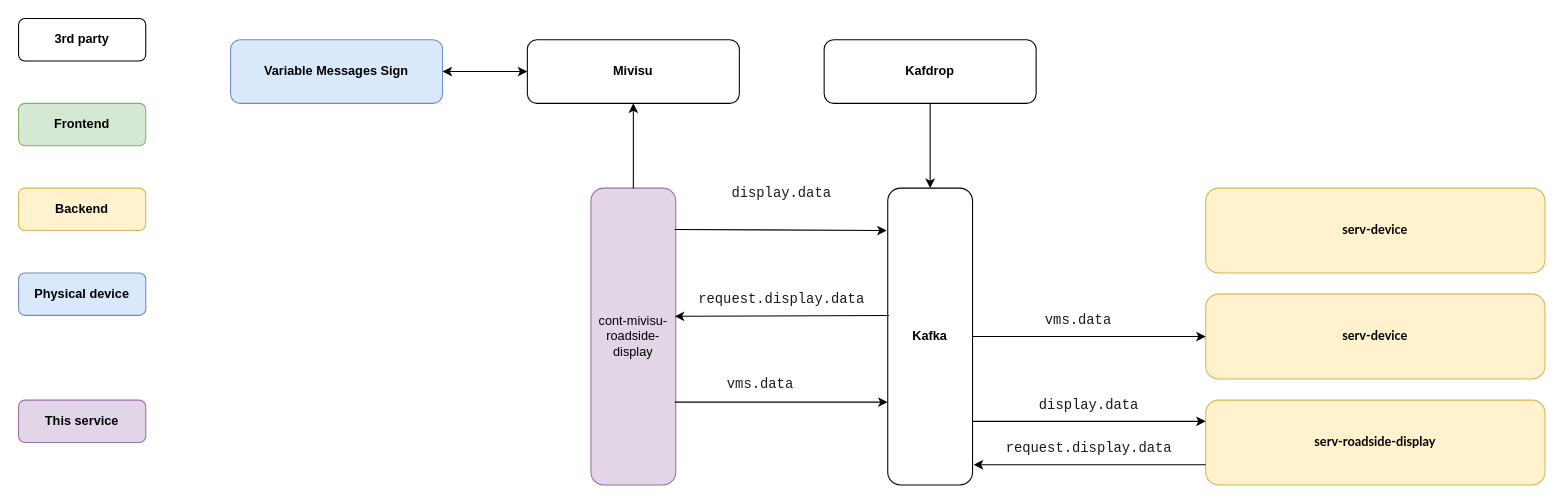
theshysadec98/diagram_weather keeps this draw.io diagram as Untitled Diagram.drawio. Above is the earlier version. Source tidied: cells renumbered, new cells numbered last; positions are measured from the earlier drawing's top-left corner, leaving out a move shared by most shapes. Both pictures are drawn from the tidied source at 106%, with x=0, y=0 at pixel (18, 18).
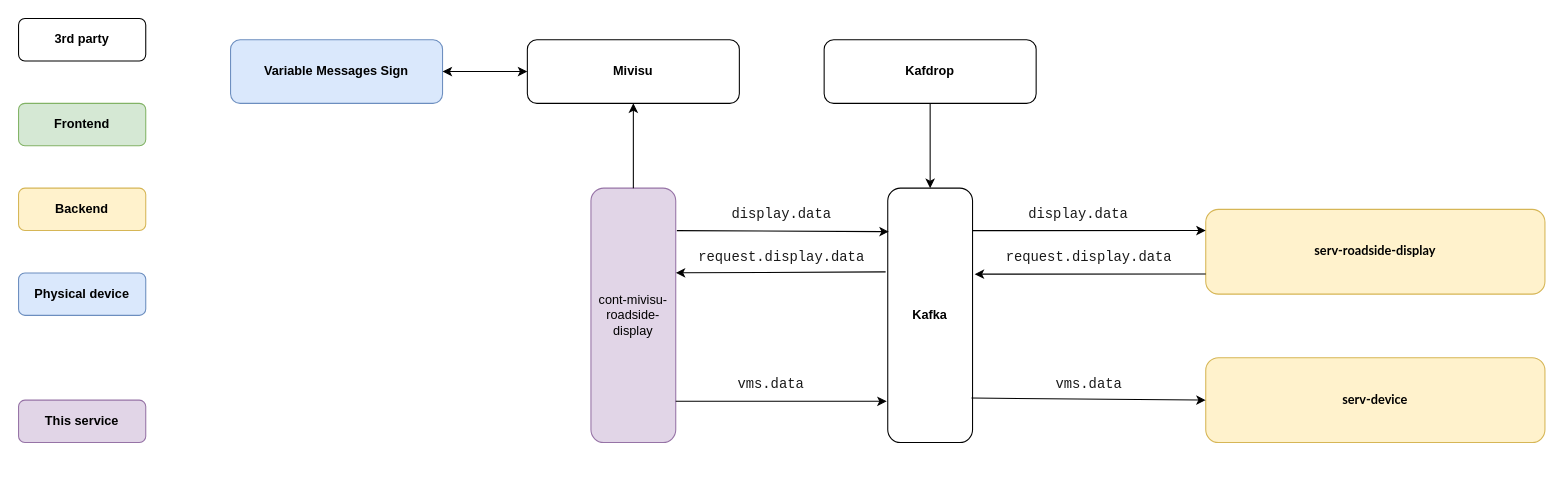
The same diagram, later.

Change to the diagram source:
```diff
@@
     <mxCell id="7" value="&lt;b&gt;Kafka&lt;/b&gt;" style="rounded=1;whiteSpace=wrap;html=1;" parent="1" vertex="1">
-      <mxGeometry x="820" y="160" width="80" height="280" as="geometry" />
+      <mxGeometry x="820" y="160" width="80" height="240" as="geometry" />
     </mxCell>
@@
     <mxCell id="9" value="&lt;pre&gt;&lt;font face=&quot;jetbrains mono, monospace&quot; color=&quot;#1a1a1a&quot;&gt;&lt;span style=&quot;font-size: 13.0667px ; background-color: rgb(255 , 255 , 255)&quot;&gt;display.data&lt;/span&gt;&lt;/font&gt;&lt;/pre&gt;" style="text;html=1;strokeColor=none;fillColor=none;align=center;verticalAlign=middle;whiteSpace=wrap;rounded=0;" parent="1" vertex="1">
-      <mxGeometry x="630" y="150" width="180" height="30" as="geometry" />
+      <mxGeometry x="630" y="170" width="180" height="30" as="geometry" />
     </mxCell>
@@
     <mxCell id="11" value="cont-mivisu-roadside-display" style="rounded=1;whiteSpace=wrap;html=1;fillColor=#e1d5e7;strokeColor=#9673a6;" parent="1" vertex="1">
-      <mxGeometry x="540" y="160" width="80" height="280" as="geometry" />
+      <mxGeometry x="540" y="160" width="80" height="240" as="geometry" />
     </mxCell>
     <mxCell id="12" value="&lt;pre&gt;&lt;font face=&quot;jetbrains mono, monospace&quot; color=&quot;#1a1a1a&quot;&gt;&lt;span style=&quot;font-size: 13.0667px ; background-color: rgb(255 , 255 , 255)&quot;&gt;request.display.data&lt;/span&gt;&lt;/font&gt;&lt;font color=&quot;#bbbbbb&quot; face=&quot;jetbrains mono, monospace&quot; style=&quot;background-color: rgb(40 , 44 , 52)&quot;&gt;&lt;span style=&quot;font-size: 9.8pt&quot;&gt;&lt;br&gt;&lt;/span&gt;&lt;/font&gt;&lt;/pre&gt;" style="text;html=1;strokeColor=none;fillColor=none;align=center;verticalAlign=middle;whiteSpace=wrap;rounded=0;" parent="1" vertex="1">
-      <mxGeometry x="630" y="250" width="180" height="30" as="geometry" />
+      <mxGeometry x="630" y="210" width="180" height="30" as="geometry" />
     </mxCell>
     <mxCell id="13" value="&lt;span style=&quot;font-family: &amp;#34;lato&amp;#34; , &amp;#34;arial&amp;#34;&quot;&gt;&lt;b&gt;&lt;font style=&quot;font-size: 12px&quot;&gt;serv-roadside-display&lt;/font&gt;&lt;/b&gt;&lt;/span&gt;" style="rounded=1;whiteSpace=wrap;html=1;fillColor=#fff2cc;strokeColor=#d6b656;" parent="1" vertex="1">
-      <mxGeometry x="1120" y="360" width="320" height="80" as="geometry" />
+      <mxGeometry x="1120" y="180" width="320" height="80" as="geometry" />
     </mxCell>
@@
-    <mxCell id="16" style="endArrow=classic;html=1;rounded=0;entryX=-0.012;entryY=0.143;entryDx=0;entryDy=0;entryPerimeter=0;exitX=0.988;exitY=0.139;exitDx=0;exitDy=0;exitPerimeter=0;" parent="1" edge="1" source="11" target="7">
+    <mxCell id="16" style="endArrow=classic;html=1;rounded=0;entryX=0.013;entryY=0.171;entryDx=0;entryDy=0;entryPerimeter=0;exitX=1.013;exitY=0.167;exitDx=0;exitDy=0;exitPerimeter=0;" parent="1" edge="1" source="11" target="7">
       <mxGeometry relative="1" as="geometry" />
     </mxCell>
-    <mxCell id="17" style="endArrow=classic;html=1;rounded=0;entryX=0.988;entryY=0.432;entryDx=0;entryDy=0;entryPerimeter=0;exitX=0.013;exitY=0.429;exitDx=0;exitDy=0;exitPerimeter=0;" parent="1" edge="1" source="7" target="11">
+    <mxCell id="17" style="endArrow=classic;html=1;rounded=0;exitX=-0.025;exitY=0.329;exitDx=0;exitDy=0;exitPerimeter=0;entryX=1;entryY=0.333;entryDx=0;entryDy=0;entryPerimeter=0;" parent="1" edge="1" source="7" target="11">
       <mxGeometry relative="1" as="geometry" />
     </mxCell>
-    <mxCell id="18" style="endArrow=classic;html=1;rounded=0;entryX=0;entryY=0.25;entryDx=0;entryDy=0;" parent="1" edge="1" target="13">
-      <mxGeometry relative="1" as="geometry">
-        <mxPoint x="900" y="380" as="sourcePoint" />
-      </mxGeometry>
+    <mxCell id="18" style="endArrow=classic;html=1;rounded=0;entryX=0;entryY=0.25;entryDx=0;entryDy=0;exitX=1;exitY=0.167;exitDx=0;exitDy=0;exitPerimeter=0;" parent="1" edge="1" source="7" target="13">
+      <mxGeometry relative="1" as="geometry" />
     </mxCell>
-    <mxCell id="19" style="endArrow=classic;html=1;rounded=0;entryX=1.013;entryY=0.932;entryDx=0;entryDy=0;entryPerimeter=0;exitX=0;exitY=0.762;exitDx=0;exitDy=0;exitPerimeter=0;" parent="1" edge="1" source="13" target="7">
+    <mxCell id="19" style="endArrow=classic;html=1;rounded=0;exitX=0;exitY=0.762;exitDx=0;exitDy=0;exitPerimeter=0;entryX=1.025;entryY=0.338;entryDx=0;entryDy=0;entryPerimeter=0;" parent="1" edge="1" source="13" target="7">
       <mxGeometry relative="1" as="geometry" />
     </mxCell>
     <mxCell id="20" value="&lt;pre&gt;&lt;font face=&quot;jetbrains mono, monospace&quot; color=&quot;#1a1a1a&quot;&gt;&lt;span style=&quot;font-size: 13.0667px ; background-color: rgb(255 , 255 , 255)&quot;&gt;request.display.data&lt;/span&gt;&lt;/font&gt;&lt;font color=&quot;#bbbbbb&quot; face=&quot;jetbrains mono, monospace&quot; style=&quot;background-color: rgb(40 , 44 , 52)&quot;&gt;&lt;span style=&quot;font-size: 9.8pt&quot;&gt;&lt;br&gt;&lt;/span&gt;&lt;/font&gt;&lt;/pre&gt;" style="text;html=1;strokeColor=none;fillColor=none;align=center;verticalAlign=middle;whiteSpace=wrap;rounded=0;" parent="1" vertex="1">
-      <mxGeometry x="920" y="390" width="180" height="30" as="geometry" />
+      <mxGeometry x="920" y="210" width="180" height="30" as="geometry" />
     </mxCell>
     <mxCell id="21" value="&lt;pre&gt;&lt;font face=&quot;jetbrains mono, monospace&quot; color=&quot;#1a1a1a&quot;&gt;&lt;span style=&quot;font-size: 13.0667px ; background-color: rgb(255 , 255 , 255)&quot;&gt;display.data&lt;/span&gt;&lt;/font&gt;&lt;/pre&gt;" style="text;html=1;strokeColor=none;fillColor=none;align=center;verticalAlign=middle;whiteSpace=wrap;rounded=0;" parent="1" vertex="1">
-      <mxGeometry x="920" y="350" width="180" height="30" as="geometry" />
+      <mxGeometry x="910" y="170" width="180" height="30" as="geometry" />
     </mxCell>
@@
     <mxCell id="24" value="&lt;span style=&quot;font-family: &amp;#34;lato&amp;#34; , &amp;#34;arial&amp;#34;&quot;&gt;&lt;b&gt;&lt;font style=&quot;font-size: 12px&quot;&gt;serv-device&lt;/font&gt;&lt;/b&gt;&lt;/span&gt;" style="rounded=1;whiteSpace=wrap;html=1;fillColor=#fff2cc;strokeColor=#d6b656;" parent="1" vertex="1">
-      <mxGeometry x="1120" y="260" width="320" height="80" as="geometry" />
+      <mxGeometry x="1120" y="320" width="320" height="80" as="geometry" />
     </mxCell>
-    <mxCell id="25" style="endArrow=classic;html=1;rounded=0;exitX=0.988;exitY=0.721;exitDx=0;exitDy=0;exitPerimeter=0;entryX=0;entryY=0.721;entryDx=0;entryDy=0;entryPerimeter=0;" parent="1" edge="1" source="11" target="7">
+    <mxCell id="25" style="endArrow=classic;html=1;rounded=0;exitX=1;exitY=0.838;exitDx=0;exitDy=0;exitPerimeter=0;entryX=-0.012;entryY=0.838;entryDx=0;entryDy=0;entryPerimeter=0;" parent="1" edge="1" source="11" target="7">
       <mxGeometry relative="1" as="geometry" />
     </mxCell>
     <mxCell id="26" value="&lt;pre&gt;&lt;font face=&quot;jetbrains mono, monospace&quot; color=&quot;#1a1a1a&quot;&gt;&lt;span style=&quot;font-size: 13.0667px ; background-color: rgb(255 , 255 , 255)&quot;&gt;vms.data&lt;/span&gt;&lt;/font&gt;&lt;/pre&gt;" style="text;html=1;strokeColor=none;fillColor=none;align=center;verticalAlign=middle;whiteSpace=wrap;rounded=0;" parent="1" vertex="1">
-      <mxGeometry x="610" y="330" width="180" height="30" as="geometry" />
+      <mxGeometry x="620" y="330" width="180" height="30" as="geometry" />
     </mxCell>
     <mxCell id="27" value="&lt;pre&gt;&lt;font face=&quot;jetbrains mono, monospace&quot; color=&quot;#1a1a1a&quot;&gt;&lt;span style=&quot;font-size: 13.0667px ; background-color: rgb(255 , 255 , 255)&quot;&gt;vms.data&lt;/span&gt;&lt;/font&gt;&lt;/pre&gt;" style="text;html=1;strokeColor=none;fillColor=none;align=center;verticalAlign=middle;whiteSpace=wrap;rounded=0;" parent="1" vertex="1">
-      <mxGeometry x="910" y="270" width="180" height="30" as="geometry" />
+      <mxGeometry x="920" y="330" width="180" height="30" as="geometry" />
     </mxCell>
-    <mxCell id="28" style="endArrow=classic;html=1;rounded=0;entryX=0;entryY=0.5;entryDx=0;entryDy=0;" parent="1" edge="1" source="7" target="24">
+    <mxCell id="28" style="endArrow=classic;html=1;rounded=0;entryX=0;entryY=0.5;entryDx=0;entryDy=0;exitX=0.988;exitY=0.825;exitDx=0;exitDy=0;exitPerimeter=0;" parent="1" edge="1" source="7" target="24">
       <mxGeometry relative="1" as="geometry" />
     </mxCell>
-    <mxCell id="29" value="&lt;span style=&quot;font-family: &amp;#34;lato&amp;#34; , &amp;#34;arial&amp;#34;&quot;&gt;&lt;b&gt;&lt;font style=&quot;font-size: 12px&quot;&gt;serv-device&lt;/font&gt;&lt;/b&gt;&lt;/span&gt;" style="rounded=1;whiteSpace=wrap;html=1;fillColor=#fff2cc;strokeColor=#d6b656;" parent="1" vertex="1">
-      <mxGeometry x="1120" y="160" width="320" height="80" as="geometry" />
-    </mxCell>
```
